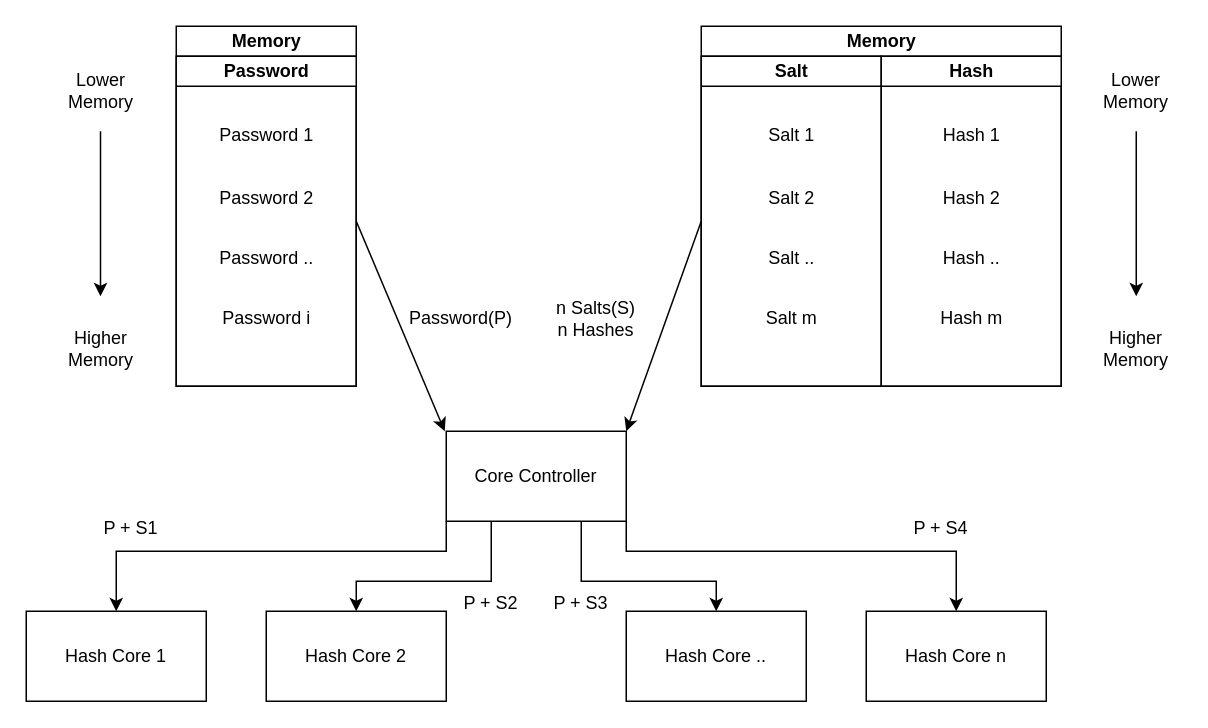
Earlier version of the draw.io diagram Core Controller.drawio (Niclasapdk/ESD3_project). Source tidied: cells renumbered, new cells numbered last; positions are measured from the earlier drawing's top-left corner, leaving out a move shared by most shapes. Both pictures are drawn from the tidied source at 150%, with x=0, y=0 at pixel (26, 26).
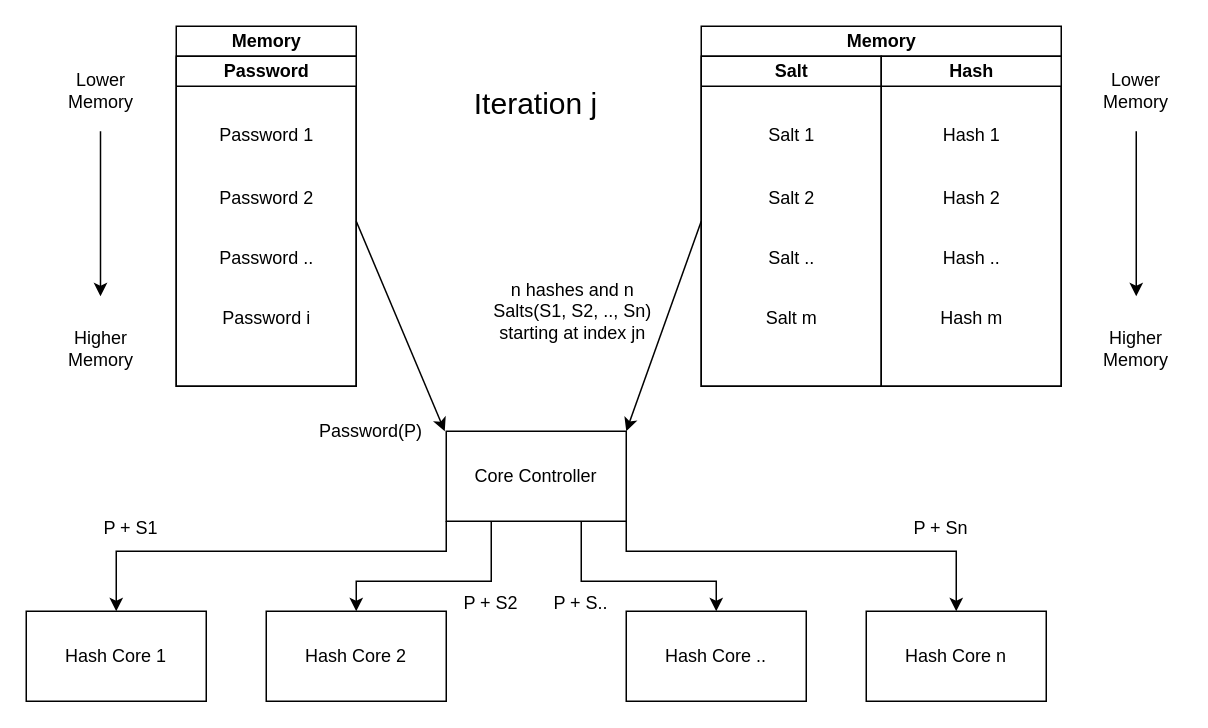
Above is the later version.

Diff of the diagram source:
```diff
@@
     <mxCell id="12" value="Password(P)" style="text;html=1;strokeColor=none;fillColor=none;align=center;verticalAlign=middle;whiteSpace=wrap;rounded=0;" parent="1" vertex="1">
-      <mxGeometry x="260" y="180" width="60" height="30" as="geometry" />
+      <mxGeometry x="200" y="255" width="60" height="30" as="geometry" />
     </mxCell>
@@
-    <mxCell id="34" value="&lt;div&gt;n Salts(S)&lt;/div&gt;&lt;div&gt;n Hashes&lt;br&gt;&lt;/div&gt;" style="text;html=1;strokeColor=none;fillColor=none;align=center;verticalAlign=middle;whiteSpace=wrap;rounded=0;" parent="1" vertex="1">
-      <mxGeometry x="350" y="180" width="60" height="30" as="geometry" />
+    <mxCell id="34" value="&lt;div&gt;n hashes and n Salts(S1, S2, .., Sn) starting at index jn&lt;br&gt;&lt;/div&gt;" style="text;html=1;strokeColor=none;fillColor=none;align=center;verticalAlign=middle;whiteSpace=wrap;rounded=0;" parent="1" vertex="1">
+      <mxGeometry x="309" y="150" width="111" height="80" as="geometry" />
     </mxCell>
@@
-    <mxCell id="40" value="P + S3" style="text;html=1;strokeColor=none;fillColor=none;align=center;verticalAlign=middle;whiteSpace=wrap;rounded=0;" parent="1" vertex="1">
+    <mxCell id="40" value="P + S.." style="text;html=1;strokeColor=none;fillColor=none;align=center;verticalAlign=middle;whiteSpace=wrap;rounded=0;" parent="1" vertex="1">
       <mxGeometry x="340" y="370" width="60" height="30" as="geometry" />
     </mxCell>
-    <mxCell id="41" value="P + S4" style="text;html=1;strokeColor=none;fillColor=none;align=center;verticalAlign=middle;whiteSpace=wrap;rounded=0;" parent="1" vertex="1">
+    <mxCell id="41" value="P + Sn" style="text;html=1;strokeColor=none;fillColor=none;align=center;verticalAlign=middle;whiteSpace=wrap;rounded=0;" parent="1" vertex="1">
       <mxGeometry x="580" y="320" width="60" height="30" as="geometry" />
     </mxCell>
+    <mxCell id="42" value="&lt;font style=&quot;font-size: 20px;&quot;&gt;Iteration j&lt;/font&gt;" style="text;html=1;strokeColor=none;fillColor=none;align=center;verticalAlign=middle;whiteSpace=wrap;rounded=0;" parent="1" vertex="1">
+      <mxGeometry x="290" y="20" width="100" height="62" as="geometry" />
+    </mxCell>
```
